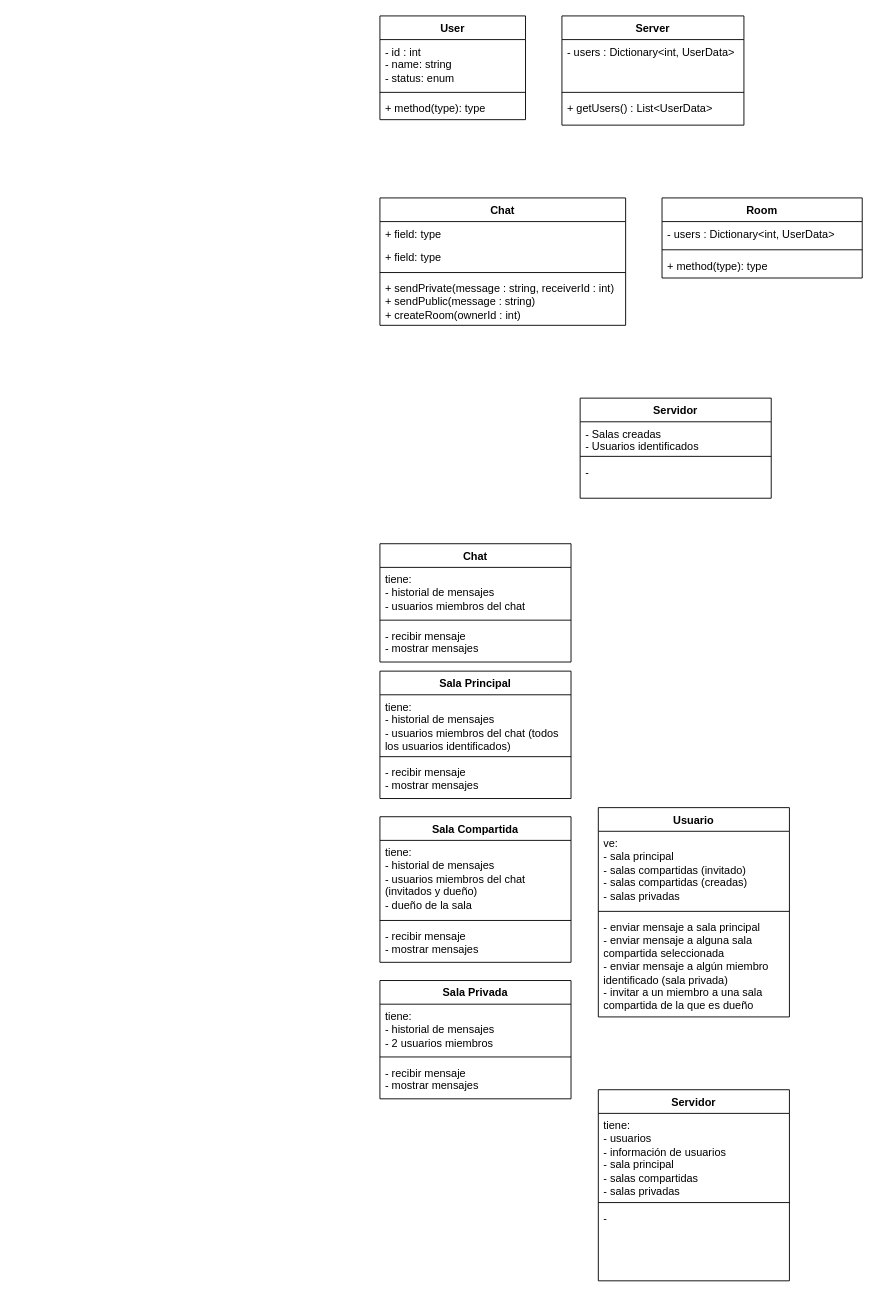
Above: Docs/responsability_and_structure_analysis.drawio in Brayiux/FC_MYP_Proyecto1 (draw.io), before the change. Source tidied: cells renumbered, new cells numbered last; positions are measured from the earlier drawing's top-left corner, leaving out a move shared by most shapes. Both pictures are drawn from the tidied source at 91%, with x=0, y=0 at pixel (379, 15).
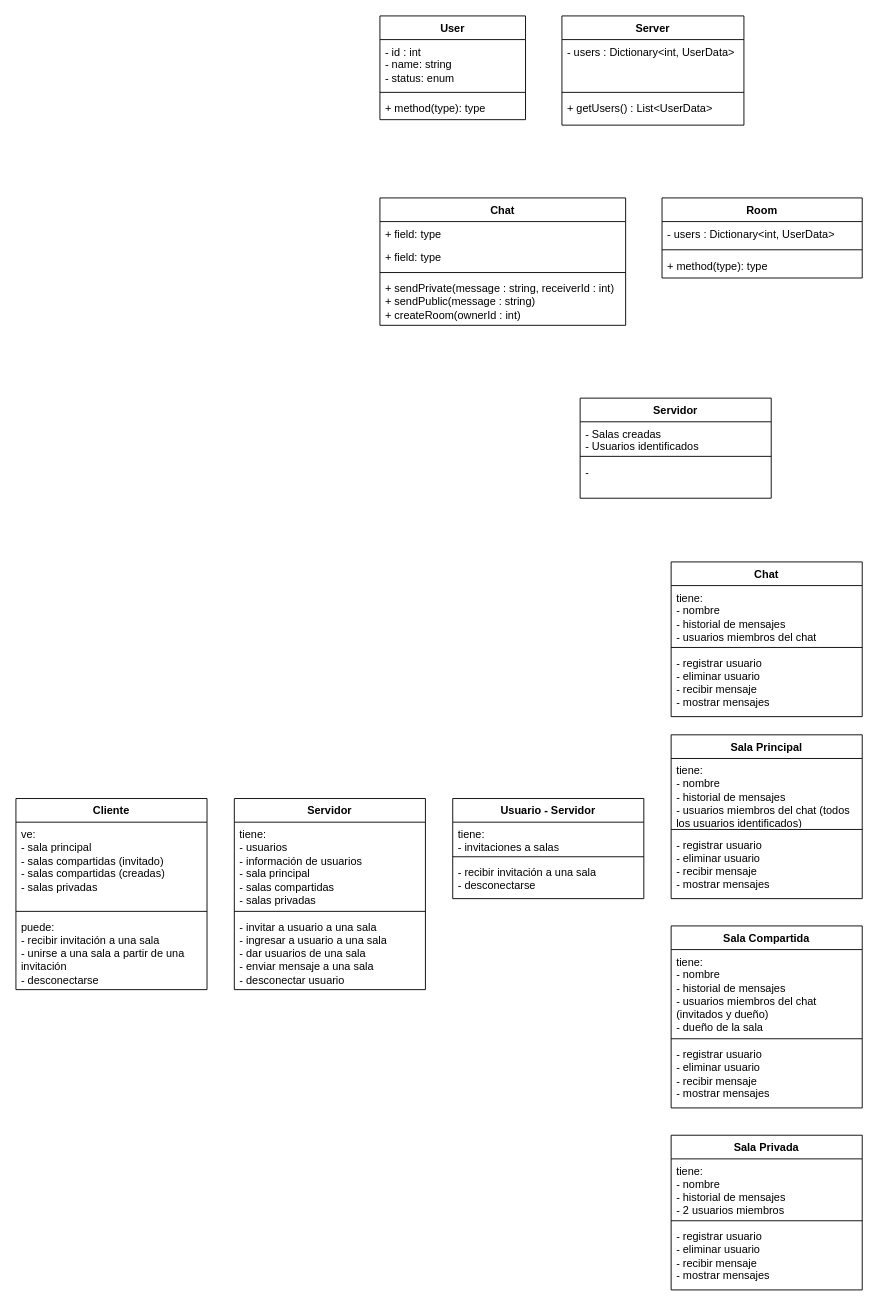
After the change.

Change to the diagram source:
```diff
@@
     <mxCell id="19" value="Chat" style="swimlane;fontStyle=1;align=center;verticalAlign=top;horizontal=1;startSize=26;whiteSpace=wrap;html=1;" parent="1" vertex="1">
-      <mxGeometry y="580" width="210" height="130" as="geometry" />
+      <mxGeometry x="320" y="600" width="210" height="170" as="geometry" />
     </mxCell>
-    <mxCell id="20" value="&lt;div&gt;tiene:&lt;/div&gt;- historial de mensajes&lt;div&gt;- usuarios miembros del chat&lt;/div&gt;" style="text;strokeColor=none;fillColor=none;align=left;verticalAlign=top;spacingLeft=4;spacingRight=4;overflow=hidden;whiteSpace=wrap;html=1;" parent="19" vertex="1">
-      <mxGeometry y="26" width="210" height="54" as="geometry" />
+    <mxCell id="20" value="&lt;div&gt;tiene:&lt;/div&gt;&lt;div&gt;- nombre&lt;/div&gt;- historial de mensajes&lt;div&gt;- usuarios miembros del chat&lt;/div&gt;" style="text;strokeColor=none;fillColor=none;align=left;verticalAlign=top;spacingLeft=4;spacingRight=4;overflow=hidden;whiteSpace=wrap;html=1;" parent="19" vertex="1">
+      <mxGeometry y="26" width="210" height="64" as="geometry" />
     </mxCell>
     <mxCell id="21" style="line;strokeWidth=1;fillColor=none;align=left;verticalAlign=middle;spacingTop=-1;spacingLeft=3;spacingRight=3;labelPosition=right;strokeColor=inherit;" parent="19" vertex="1">
-      <mxGeometry y="80" width="210" height="8" as="geometry" />
+      <mxGeometry y="90" width="210" height="8" as="geometry" />
     </mxCell>
-    <mxCell id="22" value="- recibir mensaje&lt;div&gt;- mostrar mensajes&lt;/div&gt;" style="text;strokeColor=none;fillColor=none;align=left;verticalAlign=top;spacingLeft=4;spacingRight=4;overflow=hidden;whiteSpace=wrap;html=1;" parent="19" vertex="1">
-      <mxGeometry y="88" width="210" height="42" as="geometry" />
+    <mxCell id="22" value="&lt;div&gt;- registrar usuario&lt;/div&gt;&lt;div&gt;- eliminar usuario&lt;/div&gt;- recibir mensaje&lt;div&gt;- mostrar mensajes&lt;/div&gt;" style="text;strokeColor=none;fillColor=none;align=left;verticalAlign=top;spacingLeft=4;spacingRight=4;overflow=hidden;whiteSpace=wrap;html=1;" parent="19" vertex="1">
+      <mxGeometry y="98" width="210" height="72" as="geometry" />
     </mxCell>
     <mxCell id="23" value="Sala Principal" style="swimlane;fontStyle=1;align=center;verticalAlign=top;horizontal=1;startSize=26;whiteSpace=wrap;html=1;" parent="1" vertex="1">
-      <mxGeometry y="720" width="210" height="140" as="geometry" />
+      <mxGeometry x="320" y="790" width="210" height="180" as="geometry" />
     </mxCell>
-    <mxCell id="24" value="&lt;div&gt;tiene:&lt;/div&gt;- historial de mensajes&lt;div&gt;- usuarios miembros del chat (todos los usuarios identificados)&lt;/div&gt;" style="text;strokeColor=none;fillColor=none;align=left;verticalAlign=top;spacingLeft=4;spacingRight=4;overflow=hidden;whiteSpace=wrap;html=1;" parent="23" vertex="1">
-      <mxGeometry y="26" width="210" height="64" as="geometry" />
+    <mxCell id="24" value="&lt;div&gt;tiene:&lt;/div&gt;&lt;div&gt;- nombre&lt;/div&gt;- historial de mensajes&lt;div&gt;- usuarios miembros del chat (todos los usuarios identificados)&lt;/div&gt;" style="text;strokeColor=none;fillColor=none;align=left;verticalAlign=top;spacingLeft=4;spacingRight=4;overflow=hidden;whiteSpace=wrap;html=1;" parent="23" vertex="1">
+      <mxGeometry y="26" width="210" height="74" as="geometry" />
     </mxCell>
     <mxCell id="25" style="line;strokeWidth=1;fillColor=none;align=left;verticalAlign=middle;spacingTop=-1;spacingLeft=3;spacingRight=3;labelPosition=right;strokeColor=inherit;" parent="23" vertex="1">
-      <mxGeometry y="90" width="210" height="8" as="geometry" />
+      <mxGeometry y="100" width="210" height="8" as="geometry" />
     </mxCell>
-    <mxCell id="26" value="- recibir mensaje&lt;div&gt;- mostrar mensajes&lt;/div&gt;" style="text;strokeColor=none;fillColor=none;align=left;verticalAlign=top;spacingLeft=4;spacingRight=4;overflow=hidden;whiteSpace=wrap;html=1;" parent="23" vertex="1">
-      <mxGeometry y="98" width="210" height="42" as="geometry" />
+    <mxCell id="26" value="&lt;div&gt;- registrar usuario&lt;/div&gt;&lt;div&gt;- eliminar usuario&lt;/div&gt;- recibir mensaje&lt;div&gt;- mostrar mensajes&lt;/div&gt;" style="text;strokeColor=none;fillColor=none;align=left;verticalAlign=top;spacingLeft=4;spacingRight=4;overflow=hidden;whiteSpace=wrap;html=1;" parent="23" vertex="1">
+      <mxGeometry y="108" width="210" height="72" as="geometry" />
     </mxCell>
@@
     <mxCell id="31" value="Sala Privada" style="swimlane;fontStyle=1;align=center;verticalAlign=top;horizontal=1;startSize=26;whiteSpace=wrap;html=1;" parent="1" vertex="1">
-      <mxGeometry y="1060" width="210" height="130" as="geometry" />
+      <mxGeometry x="320" y="1230" width="210" height="170" as="geometry" />
     </mxCell>
-    <mxCell id="32" value="&lt;div&gt;tiene:&lt;/div&gt;&lt;div&gt;- historial de mensajes&lt;/div&gt;- 2 usuarios miembros" style="text;strokeColor=none;fillColor=none;align=left;verticalAlign=top;spacingLeft=4;spacingRight=4;overflow=hidden;whiteSpace=wrap;html=1;" parent="31" vertex="1">
-      <mxGeometry y="26" width="210" height="54" as="geometry" />
+    <mxCell id="32" value="&lt;div&gt;tiene:&lt;/div&gt;&lt;div&gt;- nombre&lt;/div&gt;&lt;div&gt;- historial de mensajes&lt;/div&gt;- 2 usuarios miembros" style="text;strokeColor=none;fillColor=none;align=left;verticalAlign=top;spacingLeft=4;spacingRight=4;overflow=hidden;whiteSpace=wrap;html=1;" parent="31" vertex="1">
+      <mxGeometry y="26" width="210" height="64" as="geometry" />
     </mxCell>
     <mxCell id="33" style="line;strokeWidth=1;fillColor=none;align=left;verticalAlign=middle;spacingTop=-1;spacingLeft=3;spacingRight=3;labelPosition=right;strokeColor=inherit;" parent="31" vertex="1">
-      <mxGeometry y="80" width="210" height="8" as="geometry" />
+      <mxGeometry y="90" width="210" height="8" as="geometry" />
     </mxCell>
-    <mxCell id="34" value="- recibir mensaje&lt;div&gt;- mostrar mensajes&lt;/div&gt;" style="text;strokeColor=none;fillColor=none;align=left;verticalAlign=top;spacingLeft=4;spacingRight=4;overflow=hidden;whiteSpace=wrap;html=1;" parent="31" vertex="1">
-      <mxGeometry y="88" width="210" height="42" as="geometry" />
+    <mxCell id="34" value="&lt;div&gt;- registrar usuario&lt;/div&gt;&lt;div&gt;- eliminar usuario&lt;/div&gt;- recibir mensaje&lt;div&gt;- mostrar mensajes&lt;/div&gt;" style="text;strokeColor=none;fillColor=none;align=left;verticalAlign=top;spacingLeft=4;spacingRight=4;overflow=hidden;whiteSpace=wrap;html=1;" parent="31" vertex="1">
+      <mxGeometry y="98" width="210" height="72" as="geometry" />
     </mxCell>
     <mxCell id="35" value="Sala Compartida" style="swimlane;fontStyle=1;align=center;verticalAlign=top;horizontal=1;startSize=26;whiteSpace=wrap;html=1;" parent="1" vertex="1">
-      <mxGeometry y="880" width="210" height="160" as="geometry" />
+      <mxGeometry x="320" y="1000" width="210" height="200" as="geometry" />
     </mxCell>
-    <mxCell id="36" value="&lt;div&gt;tiene:&lt;/div&gt;- historial de mensajes&lt;div&gt;- usuarios miembros del chat (invitados y dueño)&lt;/div&gt;&lt;div&gt;- dueño de la sala&lt;/div&gt;" style="text;strokeColor=none;fillColor=none;align=left;verticalAlign=top;spacingLeft=4;spacingRight=4;overflow=hidden;whiteSpace=wrap;html=1;" parent="35" vertex="1">
-      <mxGeometry y="26" width="210" height="84" as="geometry" />
+    <mxCell id="36" value="&lt;div&gt;tiene:&lt;/div&gt;&lt;div&gt;- nombre&lt;/div&gt;- historial de mensajes&lt;div&gt;- usuarios miembros del chat (invitados y dueño)&lt;/div&gt;&lt;div&gt;- dueño de la sala&lt;/div&gt;" style="text;strokeColor=none;fillColor=none;align=left;verticalAlign=top;spacingLeft=4;spacingRight=4;overflow=hidden;whiteSpace=wrap;html=1;" parent="35" vertex="1">
+      <mxGeometry y="26" width="210" height="94" as="geometry" />
     </mxCell>
     <mxCell id="37" style="line;strokeWidth=1;fillColor=none;align=left;verticalAlign=middle;spacingTop=-1;spacingLeft=3;spacingRight=3;labelPosition=right;strokeColor=inherit;" parent="35" vertex="1">
-      <mxGeometry y="110" width="210" height="8" as="geometry" />
+      <mxGeometry y="120" width="210" height="8" as="geometry" />
     </mxCell>
-    <mxCell id="38" value="- recibir mensaje&lt;div&gt;- mostrar mensajes&lt;/div&gt;" style="text;strokeColor=none;fillColor=none;align=left;verticalAlign=top;spacingLeft=4;spacingRight=4;overflow=hidden;whiteSpace=wrap;html=1;" parent="35" vertex="1">
-      <mxGeometry y="118" width="210" height="42" as="geometry" />
+    <mxCell id="38" value="&lt;div&gt;- registrar usuario&lt;/div&gt;&lt;div&gt;- eliminar usuario&lt;/div&gt;- recibir mensaje&lt;div&gt;- mostrar mensajes&lt;/div&gt;" style="text;strokeColor=none;fillColor=none;align=left;verticalAlign=top;spacingLeft=4;spacingRight=4;overflow=hidden;whiteSpace=wrap;html=1;" parent="35" vertex="1">
+      <mxGeometry y="128" width="210" height="72" as="geometry" />
     </mxCell>
-    <mxCell id="39" value="Usuario" style="swimlane;fontStyle=1;align=center;verticalAlign=top;horizontal=1;startSize=26;whiteSpace=wrap;html=1;" parent="1" vertex="1">
-      <mxGeometry x="240" y="870" width="210" height="230" as="geometry" />
+    <mxCell id="39" value="Cliente" style="swimlane;fontStyle=1;align=center;verticalAlign=top;horizontal=1;startSize=26;whiteSpace=wrap;html=1;" parent="1" vertex="1">
+      <mxGeometry x="-400" y="860" width="210" height="210" as="geometry" />
     </mxCell>
-    <mxCell id="40" value="&lt;div&gt;ve:&lt;/div&gt;&lt;div&gt;- sala principal&lt;/div&gt;&lt;div&gt;- salas compartidas (invitado)&lt;/div&gt;&lt;div&gt;- salas compartidas (creadas)&lt;/div&gt;&lt;div&gt;- salas privadas&lt;/div&gt;" style="text;strokeColor=none;fillColor=none;align=left;verticalAlign=top;spacingLeft=4;spacingRight=4;overflow=hidden;whiteSpace=wrap;html=1;" parent="39" vertex="1">
-      <mxGeometry y="26" width="210" height="84" as="geometry" />
+    <mxCell id="40" value="&lt;div&gt;&lt;span style=&quot;background-color: transparent; color: light-dark(rgb(0, 0, 0), rgb(255, 255, 255));&quot;&gt;ve:&lt;/span&gt;&lt;/div&gt;&lt;div&gt;- sala principal&lt;/div&gt;&lt;div&gt;- salas compartidas (invitado)&lt;/div&gt;&lt;div&gt;- salas compartidas (creadas)&lt;/div&gt;&lt;div&gt;- salas privadas&lt;/div&gt;" style="text;strokeColor=none;fillColor=none;align=left;verticalAlign=top;spacingLeft=4;spacingRight=4;overflow=hidden;whiteSpace=wrap;html=1;" parent="39" vertex="1">
+      <mxGeometry y="26" width="210" height="94" as="geometry" />
     </mxCell>
     <mxCell id="41" style="line;strokeWidth=1;fillColor=none;align=left;verticalAlign=middle;spacingTop=-1;spacingLeft=3;spacingRight=3;labelPosition=right;strokeColor=inherit;" parent="39" vertex="1">
-      <mxGeometry y="110" width="210" height="8" as="geometry" />
+      <mxGeometry y="120" width="210" height="8" as="geometry" />
     </mxCell>
-    <mxCell id="42" value="- enviar mensaje a sala principal&lt;div&gt;- enviar mensaje a alguna sala compartida seleccionada&lt;/div&gt;&lt;div&gt;- enviar mensaje a algún miembro identificado (sala privada)&lt;/div&gt;&lt;div&gt;- invitar a un miembro a una sala compartida de la que es dueño&lt;/div&gt;" style="text;strokeColor=none;fillColor=none;align=left;verticalAlign=top;spacingLeft=4;spacingRight=4;overflow=hidden;whiteSpace=wrap;html=1;" parent="39" vertex="1">
-      <mxGeometry y="118" width="210" height="112" as="geometry" />
+    <mxCell id="42" value="&lt;div&gt;puede:&lt;/div&gt;- recibir invitación a una sala&lt;div&gt;- unirse a una sala a partir de una invitación&lt;/div&gt;&lt;div&gt;- desconectarse&lt;/div&gt;" style="text;strokeColor=none;fillColor=none;align=left;verticalAlign=top;spacingLeft=4;spacingRight=4;overflow=hidden;whiteSpace=wrap;html=1;" parent="39" vertex="1">
+      <mxGeometry y="128" width="210" height="82" as="geometry" />
     </mxCell>
     <mxCell id="43" value="Servidor" style="swimlane;fontStyle=1;align=center;verticalAlign=top;horizontal=1;startSize=26;whiteSpace=wrap;html=1;" parent="1" vertex="1">
-      <mxGeometry x="240" y="1180" width="210" height="210" as="geometry" />
+      <mxGeometry x="-160" y="860" width="210" height="210" as="geometry" />
     </mxCell>
@@
-    <mxCell id="46" value="-" style="text;strokeColor=none;fillColor=none;align=left;verticalAlign=top;spacingLeft=4;spacingRight=4;overflow=hidden;whiteSpace=wrap;html=1;" parent="43" vertex="1">
+    <mxCell id="46" value="- invitar a usuario a una sala&lt;div&gt;- ingresar a usuario a una sala&lt;/div&gt;&lt;div&gt;- dar usuarios de una sala&lt;/div&gt;&lt;div&gt;- enviar mensaje a una sala&lt;/div&gt;&lt;div&gt;- desconectar usuario&lt;/div&gt;" style="text;strokeColor=none;fillColor=none;align=left;verticalAlign=top;spacingLeft=4;spacingRight=4;overflow=hidden;whiteSpace=wrap;html=1;" parent="43" vertex="1">
       <mxGeometry y="128" width="210" height="82" as="geometry" />
     </mxCell>
+    <mxCell id="47" value="Usuario - Servidor" style="swimlane;fontStyle=1;align=center;verticalAlign=top;horizontal=1;startSize=26;whiteSpace=wrap;html=1;" parent="1" vertex="1">
+      <mxGeometry x="80" y="860" width="210" height="110" as="geometry" />
+    </mxCell>
+    <mxCell id="48" value="tiene:&lt;div&gt;- invitaciones a salas&lt;/div&gt;" style="text;strokeColor=none;fillColor=none;align=left;verticalAlign=top;spacingLeft=4;spacingRight=4;overflow=hidden;whiteSpace=wrap;html=1;" parent="47" vertex="1">
+      <mxGeometry y="26" width="210" height="34" as="geometry" />
+    </mxCell>
+    <mxCell id="49" style="line;strokeWidth=1;fillColor=none;align=left;verticalAlign=middle;spacingTop=-1;spacingLeft=3;spacingRight=3;labelPosition=right;strokeColor=inherit;" parent="47" vertex="1">
+      <mxGeometry y="60" width="210" height="8" as="geometry" />
+    </mxCell>
+    <mxCell id="50" value="- recibir invitación a una sala&lt;div&gt;- desconectarse&lt;/div&gt;" style="text;strokeColor=none;fillColor=none;align=left;verticalAlign=top;spacingLeft=4;spacingRight=4;overflow=hidden;whiteSpace=wrap;html=1;" parent="47" vertex="1">
+      <mxGeometry y="68" width="210" height="42" as="geometry" />
+    </mxCell>
```
